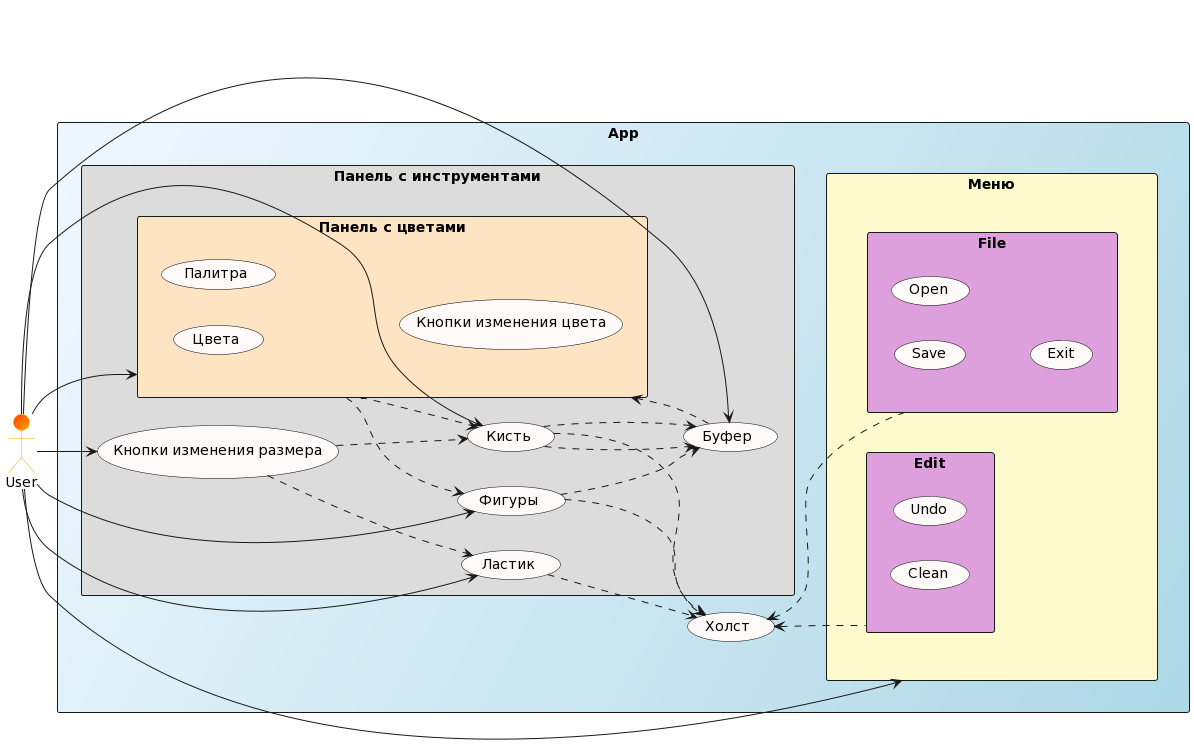
UnVeh/reposit keeps this PlantUML diagram as diagrams/funct.png. Above is the earlier version.
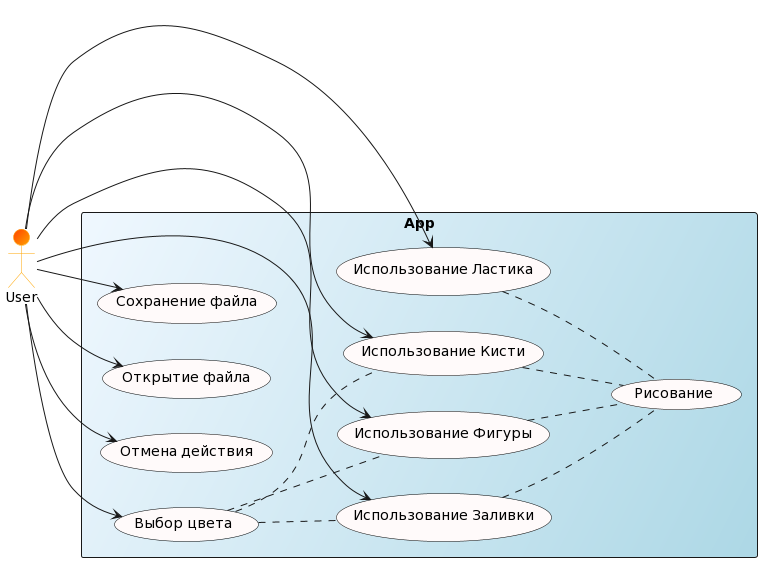
The same diagram one commit later.

Change to the diagram source:
```diff
@@ -15,59 +15,31 @@
 
 actor User as User
 
-rectangle App #AliceBlue/LightBlue {
-    usecase "Холст" as Canvas
-rectangle "Меню" #LemonChiffon{
-rectangle File #Plum {
-    usecase Save
-    usecase Open
-    usecase Exit
-
-    Canvas <.. File
-    User --> "Меню"
-}
-
-rectangle Edit #Plum {
-    usecase Undo
-    usecase Clean
-
-    Canvas <.. Edit
-}
+rectangle "App"#AliceBlue/LightBlue {
+    usecase "Использование Кисти" as br
+    usecase "Использование Ластика" as er
+    usecase "Использование Фигуры" as f
+    usecase "Использование Заливки" as z
+    usecase "Сохранение файла" as save
+    usecase "Открытие файла" as open
+    usecase "Отмена действия" as undo
+    usecase "Выбор цвета" as col
+    usecase "Рисование" as draw
+    User --> br
+    User --> er
+    User --> f
+    User --> z
+    User --> save
+    User --> open
+    User --> undo
+    User --> col
+    br .. draw
+    col .. br
+    col .. f
+    col .. z
+    er .. draw
+    z .. draw
+    f .. draw
 
 }
-
-rectangle "Панель с инструментами" as ins #Gainsboro{
-rectangle "Панель с цветами" as col #Bisque {
-    usecase "Цвета"
-    usecase "Палитра" as pal
-    usecase "Кнопки изменения цвета"
-
-
-    User --> col
-}
-    usecase "Кнопки изменения размера" as ch
-    usecase "Фигуры" as f
-    usecase "Ластик" as eraser
-    usecase "Кисть" as brush
-    usecase "Буфер" as bf
-
-    User --> eraser
-    User --> brush
-    User --> bf
-    User --> f
-    User --> ch
-    col ..> f
-    ch ..> brush
-    ch ..> eraser
-    f ..> bf
-    col ..> brush
-    f ..> Canvas
-
-    eraser ..> Canvas
-    brush ..> Canvas
-    brush ..> bf
-    brush ..> bf
-    bf ..> col
-}
-}
 @enduml
```
